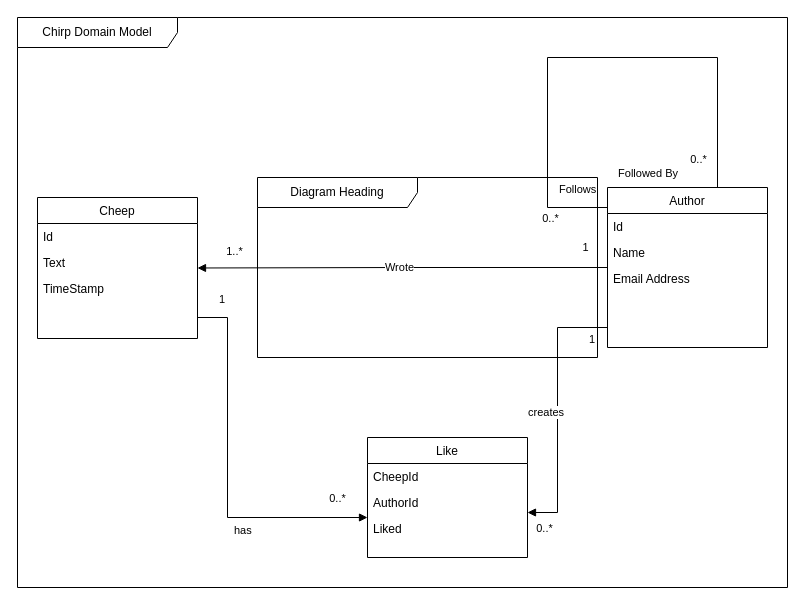
Before: docs/diagrams/ChirpDomain.drawio in ITU-BDSA23-GROUP21/Chirp, a draw.io diagram. Source tidied: cells renumbered, new cells numbered last; positions are measured from the earlier drawing's top-left corner, leaving out a move shared by most shapes. Both pictures are drawn from the tidied source at 100%, with x=0, y=0 at pixel (17, 17).
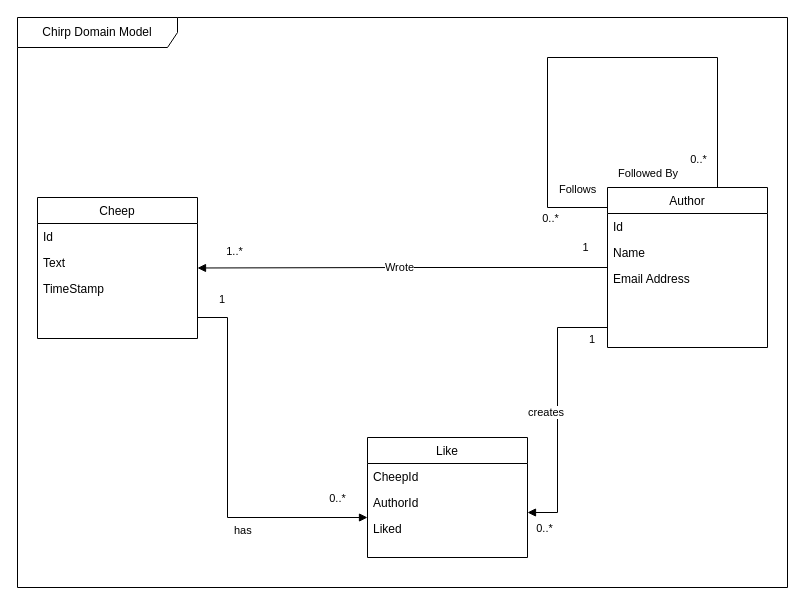
After the change.

Commit message (it also covers changes not shown here):
white diagram backgrounds

Diff of the diagram source:
```diff
@@
-    <mxCell id="29" value="Diagram Heading" style="shape=umlFrame;whiteSpace=wrap;html=1;width=160;" parent="1" vertex="1">
-      <mxGeometry x="240" y="160" width="340" height="180" as="geometry" />
-    </mxCell>
```
